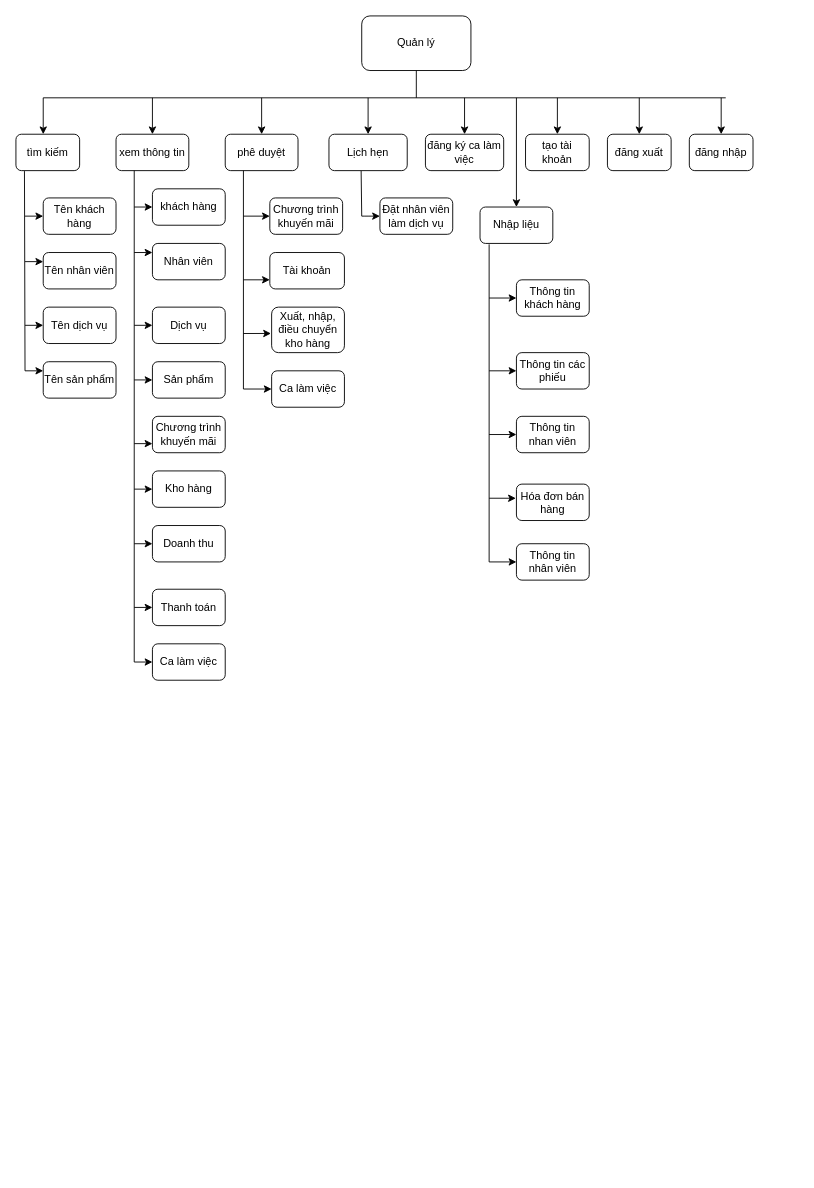
Earlier version of the draw.io diagram Untitled Diagram.drawio (hunglee569846/DemoTestHoaDon). Source tidied: cells renumbered, new cells numbered last; positions are measured from the earlier drawing's top-left corner, leaving out a move shared by most shapes. Both pictures are drawn from the tidied source at 91%, with x=0, y=0 at pixel (15, 15).
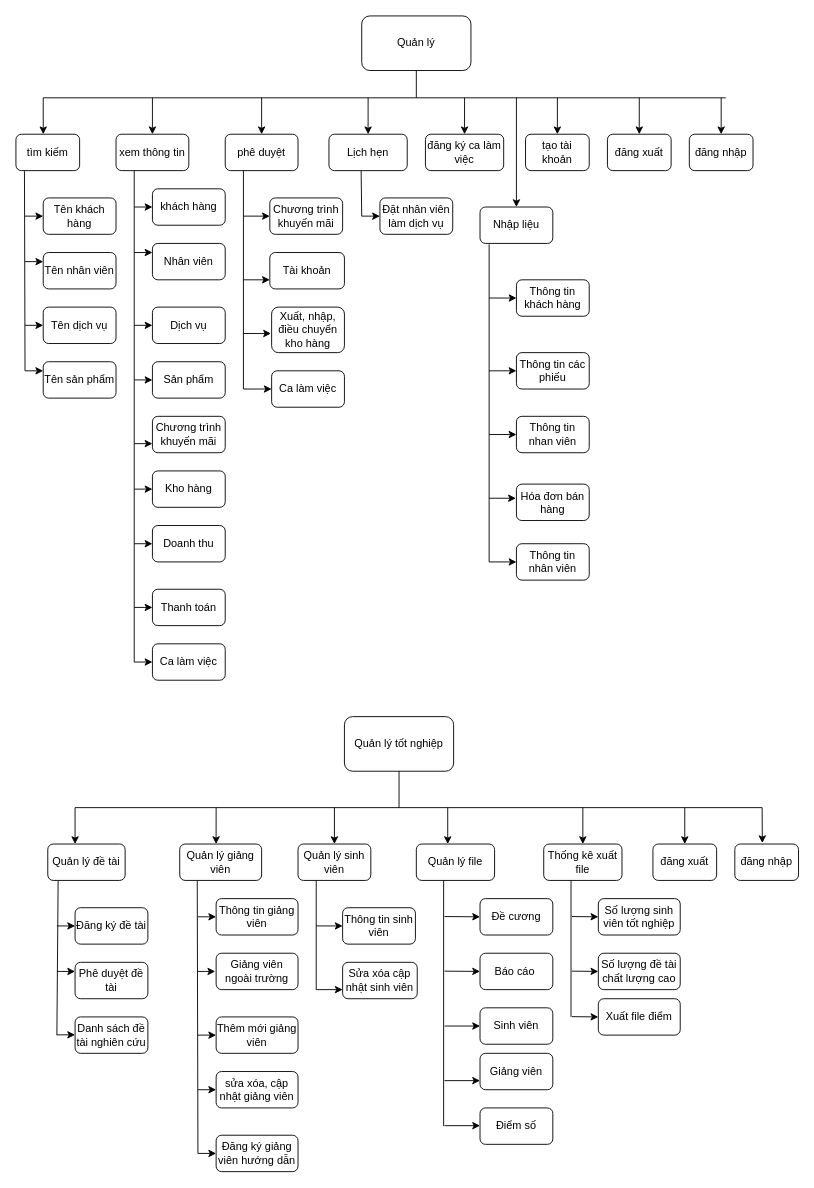
The same page after the edit.

The edit, as a diff of the source:
```diff
@@
+    <mxCell id="74" value="Quản lý tốt nghiệp" style="rounded=1;whiteSpace=wrap;html=1;" parent="1" vertex="1">
+      <mxGeometry x="361" y="770" width="120" height="60" as="geometry" />
+    </mxCell>
+    <mxCell id="75" style="endArrow=none;html=1;" parent="1" edge="1">
+      <mxGeometry relative="1" as="geometry">
+        <mxPoint x="65" y="870" as="sourcePoint" />
+        <mxPoint x="820" y="870" as="targetPoint" />
+      </mxGeometry>
+    </mxCell>
+    <mxCell id="76" style="endArrow=none;html=1;entryX=0.5;entryY=1;entryDx=0;entryDy=0;" parent="1" edge="1" target="74">
+      <mxGeometry relative="1" as="geometry">
+        <mxPoint x="421" y="870" as="sourcePoint" />
+      </mxGeometry>
+    </mxCell>
+    <mxCell id="77" style="endArrow=classic;html=1;" parent="1" edge="1">
+      <mxGeometry relative="1" as="geometry">
+        <mxPoint x="65" y="870" as="sourcePoint" />
+        <mxPoint x="65" y="910" as="targetPoint" />
+      </mxGeometry>
+    </mxCell>
+    <mxCell id="78" value="đăng nhập" style="rounded=1;whiteSpace=wrap;html=1;" parent="1" vertex="1">
+      <mxGeometry x="790" y="910" width="70" height="40" as="geometry" />
+    </mxCell>
+    <mxCell id="79" value="đăng xuất" style="rounded=1;whiteSpace=wrap;html=1;" parent="1" vertex="1">
+      <mxGeometry x="700" y="910" width="70" height="40" as="geometry" />
+    </mxCell>
+    <mxCell id="80" style="endArrow=classic;html=1;entryX=0.432;entryY=-0.026;entryDx=0;entryDy=0;entryPerimeter=0;" parent="1" edge="1" target="78">
+      <mxGeometry relative="1" as="geometry">
+        <mxPoint x="820" y="870" as="sourcePoint" />
+      </mxGeometry>
+    </mxCell>
+    <mxCell id="81" style="endArrow=classic;html=1;entryX=0.5;entryY=0;entryDx=0;entryDy=0;" parent="1" edge="1" target="79">
+      <mxGeometry relative="1" as="geometry">
+        <mxPoint x="735" y="870" as="sourcePoint" />
+      </mxGeometry>
+    </mxCell>
+    <mxCell id="82" value="Quản lý đề tài" style="rounded=1;whiteSpace=wrap;html=1;" parent="1" vertex="1">
+      <mxGeometry x="35" y="910" width="85" height="40" as="geometry" />
+    </mxCell>
+    <mxCell id="83" value="Quản lý giảng viên" style="rounded=1;whiteSpace=wrap;html=1;" parent="1" vertex="1">
+      <mxGeometry x="180" y="910" width="90" height="40" as="geometry" />
+    </mxCell>
+    <mxCell id="84" value="Quản lý sinh viên" style="rounded=1;whiteSpace=wrap;html=1;" parent="1" vertex="1">
+      <mxGeometry x="310" y="910" width="80" height="40" as="geometry" />
+    </mxCell>
+    <mxCell id="85" value="Quản lý file" style="rounded=1;whiteSpace=wrap;html=1;" parent="1" vertex="1">
+      <mxGeometry x="440" y="910" width="86" height="40" as="geometry" />
+    </mxCell>
+    <mxCell id="86" value="Thống kê xuất file" style="rounded=1;whiteSpace=wrap;html=1;" parent="1" vertex="1">
+      <mxGeometry x="580" y="910" width="86" height="40" as="geometry" />
+    </mxCell>
+    <mxCell id="87" style="endArrow=classic;html=1;entryX=0.444;entryY=0;entryDx=0;entryDy=0;entryPerimeter=0;" parent="1" edge="1" target="83">
+      <mxGeometry relative="1" as="geometry">
+        <mxPoint x="220" y="870" as="sourcePoint" />
+      </mxGeometry>
+    </mxCell>
+    <mxCell id="88" style="endArrow=classic;html=1;entryX=0.5;entryY=0;entryDx=0;entryDy=0;" parent="1" edge="1" target="84">
+      <mxGeometry relative="1" as="geometry">
+        <mxPoint x="350" y="870" as="sourcePoint" />
+      </mxGeometry>
+    </mxCell>
+    <mxCell id="89" style="endArrow=classic;html=1;" parent="1" edge="1">
+      <mxGeometry relative="1" as="geometry">
+        <mxPoint x="474.5" y="870" as="sourcePoint" />
+        <mxPoint x="474.5" y="910" as="targetPoint" />
+      </mxGeometry>
+    </mxCell>
+    <mxCell id="90" style="endArrow=classic;html=1;entryX=0.5;entryY=0;entryDx=0;entryDy=0;" parent="1" edge="1" target="86">
+      <mxGeometry relative="1" as="geometry">
+        <mxPoint x="623" y="870" as="sourcePoint" />
+      </mxGeometry>
+    </mxCell>
+    <mxCell id="91" value="Đăng ký đề tài" style="rounded=1;whiteSpace=wrap;html=1;" parent="1" vertex="1">
+      <mxGeometry x="65" y="980" width="80" height="40" as="geometry" />
+    </mxCell>
+    <mxCell id="92" value="Phê duyệt đề tài" style="rounded=1;whiteSpace=wrap;html=1;" parent="1" vertex="1">
+      <mxGeometry x="65" y="1040" width="80" height="40" as="geometry" />
+    </mxCell>
+    <mxCell id="93" style="endArrow=none;html=1;exitX=0.134;exitY=1.013;exitDx=0;exitDy=0;exitPerimeter=0;" parent="1" edge="1" source="82">
+      <mxGeometry relative="1" as="geometry">
+        <mxPoint x="45" y="1120" as="targetPoint" />
+      </mxGeometry>
+    </mxCell>
+    <mxCell id="94" style="endArrow=classic;html=1;entryX=0;entryY=0.25;entryDx=0;entryDy=0;" parent="1" edge="1" target="92">
+      <mxGeometry relative="1" as="geometry">
+        <mxPoint x="45" y="1050" as="sourcePoint" />
+      </mxGeometry>
+    </mxCell>
+    <mxCell id="95" style="endArrow=classic;html=1;entryX=0;entryY=0.5;entryDx=0;entryDy=0;" parent="1" edge="1" target="91">
+      <mxGeometry relative="1" as="geometry">
+        <mxPoint x="45" y="1000" as="sourcePoint" />
+      </mxGeometry>
+    </mxCell>
+    <mxCell id="96" value="Sửa xóa cập nhật sinh viên" style="rounded=1;whiteSpace=wrap;html=1;" parent="1" vertex="1">
+      <mxGeometry x="359" y="1040" width="82" height="40" as="geometry" />
+    </mxCell>
+    <mxCell id="97" value="Thông tin giảng viên" style="rounded=1;whiteSpace=wrap;html=1;" parent="1" vertex="1">
+      <mxGeometry x="220" y="970" width="90" height="40" as="geometry" />
+    </mxCell>
+    <mxCell id="98" value="Giảng viên ngoài trường" style="rounded=1;whiteSpace=wrap;html=1;" parent="1" vertex="1">
+      <mxGeometry x="220" y="1030" width="90" height="40" as="geometry" />
+    </mxCell>
+    <mxCell id="99" value="Thêm mới giảng viên" style="rounded=1;whiteSpace=wrap;html=1;" parent="1" vertex="1">
+      <mxGeometry x="220" y="1100" width="90" height="40" as="geometry" />
+    </mxCell>
+    <mxCell id="100" value="sửa xóa, cập nhật giảng viên" style="rounded=1;whiteSpace=wrap;html=1;" parent="1" vertex="1">
+      <mxGeometry x="220" y="1160" width="90" height="40" as="geometry" />
+    </mxCell>
+    <mxCell id="101" value="Đăng ký giảng viên hướng dẫn" style="rounded=1;whiteSpace=wrap;html=1;" parent="1" vertex="1">
+      <mxGeometry x="220" y="1230" width="90" height="40" as="geometry" />
+    </mxCell>
+    <mxCell id="102" value="Thông tin sinh viên" style="rounded=1;whiteSpace=wrap;html=1;" parent="1" vertex="1">
+      <mxGeometry x="359" y="980" width="80" height="40" as="geometry" />
+    </mxCell>
+    <mxCell id="103" value="Đề cương" style="rounded=1;whiteSpace=wrap;html=1;" parent="1" vertex="1">
+      <mxGeometry x="510" y="970" width="80" height="40" as="geometry" />
+    </mxCell>
+    <mxCell id="104" style="endArrow=none;html=1;exitX=0.214;exitY=1.012;exitDx=0;exitDy=0;exitPerimeter=0;" parent="1" edge="1" source="83">
+      <mxGeometry relative="1" as="geometry">
+        <mxPoint x="200" y="1250" as="targetPoint" />
+      </mxGeometry>
+    </mxCell>
+    <mxCell id="105" style="endArrow=classic;html=1;entryX=0;entryY=0.5;entryDx=0;entryDy=0;" parent="1" edge="1" target="101">
+      <mxGeometry relative="1" as="geometry">
+        <mxPoint x="200" y="1250" as="sourcePoint" />
+      </mxGeometry>
+    </mxCell>
+    <mxCell id="106" style="endArrow=classic;html=1;entryX=0;entryY=0.5;entryDx=0;entryDy=0;" parent="1" edge="1" target="100">
+      <mxGeometry relative="1" as="geometry">
+        <mxPoint x="200" y="1180" as="sourcePoint" />
+      </mxGeometry>
+    </mxCell>
+    <mxCell id="107" style="endArrow=classic;html=1;" parent="1" edge="1" target="99">
+      <mxGeometry relative="1" as="geometry">
+        <mxPoint x="200" y="1120" as="sourcePoint" />
+      </mxGeometry>
+    </mxCell>
+    <mxCell id="108" style="endArrow=classic;html=1;" parent="1" edge="1">
+      <mxGeometry relative="1" as="geometry">
+        <mxPoint x="200" y="1050" as="sourcePoint" />
+        <mxPoint x="219" y="1050" as="targetPoint" />
+      </mxGeometry>
+    </mxCell>
+    <mxCell id="109" style="endArrow=classic;html=1;entryX=0;entryY=0.5;entryDx=0;entryDy=0;" parent="1" edge="1" target="97">
+      <mxGeometry relative="1" as="geometry">
+        <mxPoint x="200" y="990" as="sourcePoint" />
+      </mxGeometry>
+    </mxCell>
+    <mxCell id="110" style="endArrow=none;html=1;exitX=0.25;exitY=1;exitDx=0;exitDy=0;" parent="1" edge="1" source="84">
+      <mxGeometry relative="1" as="geometry">
+        <mxPoint x="330" y="1070" as="targetPoint" />
+      </mxGeometry>
+    </mxCell>
+    <mxCell id="111" style="endArrow=classic;html=1;entryX=0;entryY=0.75;entryDx=0;entryDy=0;" parent="1" edge="1" target="96">
+      <mxGeometry relative="1" as="geometry">
+        <mxPoint x="330" y="1070" as="sourcePoint" />
+      </mxGeometry>
+    </mxCell>
+    <mxCell id="112" style="endArrow=classic;html=1;" parent="1" edge="1" target="102">
+      <mxGeometry relative="1" as="geometry">
+        <mxPoint x="330" y="1000" as="sourcePoint" />
+      </mxGeometry>
+    </mxCell>
+    <mxCell id="113" style="endArrow=none;html=1;" parent="1" edge="1">
+      <mxGeometry relative="1" as="geometry">
+        <mxPoint x="470" y="1220" as="sourcePoint" />
+        <mxPoint x="470" y="950" as="targetPoint" />
+      </mxGeometry>
+    </mxCell>
+    <mxCell id="114" style="endArrow=classic;html=1;entryX=0;entryY=0.5;entryDx=0;entryDy=0;" parent="1" edge="1" target="103">
+      <mxGeometry relative="1" as="geometry">
+        <mxPoint x="471" y="989.7" as="sourcePoint" />
+      </mxGeometry>
+    </mxCell>
+    <mxCell id="115" value="Báo cáo&amp;nbsp;" style="rounded=1;whiteSpace=wrap;html=1;" parent="1" vertex="1">
+      <mxGeometry x="510" y="1030" width="80" height="40" as="geometry" />
+    </mxCell>
+    <mxCell id="116" value="Sinh viên" style="rounded=1;whiteSpace=wrap;html=1;" parent="1" vertex="1">
+      <mxGeometry x="510" y="1090" width="80" height="40" as="geometry" />
+    </mxCell>
+    <mxCell id="117" value="Giảng viên" style="rounded=1;whiteSpace=wrap;html=1;" parent="1" vertex="1">
+      <mxGeometry x="510" y="1140" width="80" height="40" as="geometry" />
+    </mxCell>
+    <mxCell id="118" style="endArrow=classic;html=1;entryX=0;entryY=0.5;entryDx=0;entryDy=0;" parent="1" edge="1" target="115">
+      <mxGeometry relative="1" as="geometry">
+        <mxPoint x="471" y="1049.7" as="sourcePoint" />
+      </mxGeometry>
+    </mxCell>
+    <mxCell id="119" style="endArrow=classic;html=1;entryX=0;entryY=0.75;entryDx=0;entryDy=0;" parent="1" edge="1" target="117">
+      <mxGeometry relative="1" as="geometry">
+        <mxPoint x="471" y="1170" as="sourcePoint" />
+      </mxGeometry>
+    </mxCell>
+    <mxCell id="120" style="endArrow=classic;html=1;entryX=0;entryY=0.5;entryDx=0;entryDy=0;" parent="1" edge="1" target="116">
+      <mxGeometry relative="1" as="geometry">
+        <mxPoint x="471" y="1110" as="sourcePoint" />
+      </mxGeometry>
+    </mxCell>
+    <mxCell id="121" style="endArrow=none;html=1;" parent="1" edge="1">
+      <mxGeometry relative="1" as="geometry">
+        <mxPoint x="610" y="1100" as="sourcePoint" />
+        <mxPoint x="610" y="950" as="targetPoint" />
+      </mxGeometry>
+    </mxCell>
+    <mxCell id="122" value="Số lượng sinh viên tốt nghiệp" style="rounded=1;whiteSpace=wrap;html=1;" parent="1" vertex="1">
+      <mxGeometry x="640" y="970" width="90" height="40" as="geometry" />
+    </mxCell>
+    <mxCell id="123" value="Số lượng đề tài chất lượng cao" style="rounded=1;whiteSpace=wrap;html=1;" parent="1" vertex="1">
+      <mxGeometry x="640" y="1030" width="90" height="40" as="geometry" />
+    </mxCell>
+    <mxCell id="124" value="Xuất file điểm" style="rounded=1;whiteSpace=wrap;html=1;" parent="1" vertex="1">
+      <mxGeometry x="640" y="1080" width="90" height="40" as="geometry" />
+    </mxCell>
+    <mxCell id="125" style="endArrow=classic;html=1;" parent="1" edge="1">
+      <mxGeometry relative="1" as="geometry">
+        <mxPoint x="611" y="989.7" as="sourcePoint" />
+        <mxPoint x="640" y="990" as="targetPoint" />
+      </mxGeometry>
+    </mxCell>
+    <mxCell id="126" style="endArrow=classic;html=1;" parent="1" edge="1">
+      <mxGeometry relative="1" as="geometry">
+        <mxPoint x="611" y="1049.7" as="sourcePoint" />
+        <mxPoint x="640" y="1050" as="targetPoint" />
+      </mxGeometry>
+    </mxCell>
+    <mxCell id="127" style="endArrow=classic;html=1;" parent="1" edge="1">
+      <mxGeometry relative="1" as="geometry">
+        <mxPoint x="611" y="1099.7" as="sourcePoint" />
+        <mxPoint x="640" y="1100" as="targetPoint" />
+      </mxGeometry>
+    </mxCell>
+    <mxCell id="128" value="Danh sách đề tài nghiên cứu" style="rounded=1;whiteSpace=wrap;html=1;" parent="1" vertex="1">
+      <mxGeometry x="65" y="1100" width="80" height="40" as="geometry" />
+    </mxCell>
+    <mxCell id="129" style="endArrow=classic;html=1;entryX=0;entryY=0.25;entryDx=0;entryDy=0;" parent="1" edge="1">
+      <mxGeometry relative="1" as="geometry">
+        <mxPoint x="45" y="1119.7" as="sourcePoint" />
+        <mxPoint x="65" y="1119.7" as="targetPoint" />
+      </mxGeometry>
+    </mxCell>
+    <mxCell id="130" value="Điểm số" style="rounded=1;whiteSpace=wrap;html=1;" parent="1" vertex="1">
+      <mxGeometry x="510" y="1200" width="80" height="40" as="geometry" />
+    </mxCell>
+    <mxCell id="131" style="endArrow=classic;html=1;entryX=0;entryY=0.75;entryDx=0;entryDy=0;" parent="1" edge="1">
+      <mxGeometry relative="1" as="geometry">
+        <mxPoint x="471" y="1219.5" as="sourcePoint" />
+        <mxPoint x="510" y="1219.5" as="targetPoint" />
+      </mxGeometry>
+    </mxCell>
```
